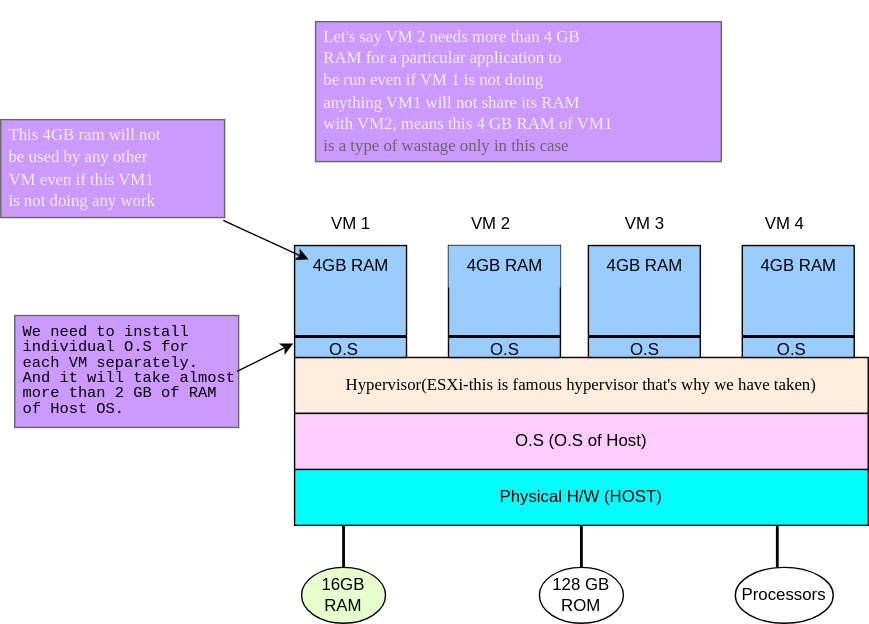
Above: diagrams/Hardware_level_Virtualization.drawio.svg in pathakch/Docker (draw.io), before the change. Source tidied: cells renumbered, new cells last; positions are measured from the earlier drawing's top-left corner, leaving out a move shared by most shapes. Its diagram source:
```xml
<mxGraphModel>
  <root>
    <mxCell id="0" />
    <mxCell id="1" parent="0" />
    <mxCell id="2" value="Physical H/W (HOST)" style="rounded=0;whiteSpace=wrap;html=1;fillColor=#00FFFF;" parent="1" vertex="1">
      <mxGeometry x="210" y="320" width="410" height="40" as="geometry" />
    </mxCell>
    <mxCell id="3" value="Hypervisor(ESXi-this is famous hypervisor that's why we have taken)" style="rounded=0;whiteSpace=wrap;html=1;fontFamily=Lucida Console;fillColor=#FFEDDE;" parent="1" vertex="1">
      <mxGeometry x="210" y="240" width="410" height="40" as="geometry" />
    </mxCell>
    <mxCell id="4" style="whiteSpace=wrap;html=1;fillColor=#99CCFF;" parent="1" vertex="1">
      <mxGeometry x="210" y="160" width="80" height="80" as="geometry" />
    </mxCell>
    <mxCell id="5" style="whiteSpace=wrap;html=1;fillColor=#99CCFF;" parent="1" vertex="1">
      <mxGeometry x="320" y="160" width="80" height="80" as="geometry" />
    </mxCell>
    <mxCell id="6" style="whiteSpace=wrap;html=1;fillColor=#99CCFF;" parent="1" vertex="1">
      <mxGeometry x="420" y="160" width="80" height="80" as="geometry" />
    </mxCell>
    <mxCell id="7" style="whiteSpace=wrap;html=1;fillColor=#99CCFF;" parent="1" vertex="1">
      <mxGeometry x="530" y="160" width="80" height="80" as="geometry" />
    </mxCell>
    <mxCell id="8" value="O.S (O.S of Host)" style="rounded=0;whiteSpace=wrap;html=1;fillColor=#FFCCFF;" parent="1" vertex="1">
      <mxGeometry x="210" y="280" width="410" height="40" as="geometry" />
    </mxCell>
    <mxCell id="9" value="VM 3" style="text;html=1;align=center;verticalAlign=middle;strokeColor=none;fillColor=none;" parent="1" vertex="1">
      <mxGeometry x="435" y="130" width="50" height="30" as="geometry" />
    </mxCell>
    <mxCell id="10" value="VM 2" style="text;html=1;align=center;verticalAlign=middle;strokeColor=none;fillColor=none;" parent="1" vertex="1">
      <mxGeometry x="325" y="130" width="50" height="30" as="geometry" />
    </mxCell>
    <mxCell id="11" value="VM 1" style="text;html=1;align=center;verticalAlign=middle;strokeColor=none;fillColor=none;" parent="1" vertex="1">
      <mxGeometry x="225" y="130" width="50" height="30" as="geometry" />
    </mxCell>
    <mxCell id="12" value="VM 4" style="text;html=1;align=center;verticalAlign=middle;strokeColor=none;fillColor=none;" parent="1" vertex="1">
      <mxGeometry x="535" y="130" width="50" height="30" as="geometry" />
    </mxCell>
    <mxCell id="13" value="4GB RAM" style="text;html=1;align=center;verticalAlign=middle;points=[];strokeColor=none;fillColor=none;" parent="1" vertex="1">
      <mxGeometry x="210" y="160" width="80" height="30" as="geometry" />
    </mxCell>
    <mxCell id="14" value="4GB RAM" style="text;html=1;align=center;verticalAlign=middle;strokeColor=none;fillColor=#99CCFF;" parent="1" vertex="1">
      <mxGeometry x="320" y="160" width="80" height="30" as="geometry" />
    </mxCell>
    <mxCell id="15" value="4GB RAM" style="text;html=1;align=center;verticalAlign=middle;strokeColor=none;fillColor=none;" parent="1" vertex="1">
      <mxGeometry x="420" y="160" width="80" height="30" as="geometry" />
    </mxCell>
    <mxCell id="16" value="4GB RAM" style="text;html=1;align=center;verticalAlign=middle;strokeColor=none;fillColor=none;" parent="1" vertex="1">
      <mxGeometry x="530" y="160" width="80" height="30" as="geometry" />
    </mxCell>
    <mxCell id="17" value="16GB RAM" style="ellipse;whiteSpace=wrap;html=1;fillColor=#E6FFCC;" parent="1" vertex="1">
      <mxGeometry x="215" y="390" width="60" height="40" as="geometry" />
    </mxCell>
    <mxCell id="18" value="128 GB ROM" style="ellipse;whiteSpace=wrap;html=1;fillColor=#FFFFFF;" parent="1" vertex="1">
      <mxGeometry x="385" y="390" width="60" height="40" as="geometry" />
    </mxCell>
    <mxCell id="19" value="Processors" style="ellipse;whiteSpace=wrap;html=1;fillColor=#FFFFFF;" parent="1" vertex="1">
      <mxGeometry x="525" y="390" width="70" height="40" as="geometry" />
    </mxCell>
    <mxCell id="20" style="line;strokeWidth=2;html=1;" parent="1" vertex="1">
      <mxGeometry x="210" y="220" width="80" height="10" as="geometry" />
    </mxCell>
    <mxCell id="21" value="O.S" style="text;html=1;align=center;verticalAlign=middle;strokeColor=none;fillColor=none;" parent="1" vertex="1">
      <mxGeometry x="225" y="220" width="40" height="30" as="geometry" />
    </mxCell>
    <mxCell id="22" style="line;strokeWidth=2;html=1;" parent="1" vertex="1">
      <mxGeometry x="530" y="220" width="80" height="10" as="geometry" />
    </mxCell>
    <mxCell id="23" style="line;strokeWidth=2;html=1;" parent="1" vertex="1">
      <mxGeometry x="420" y="220" width="80" height="10" as="geometry" />
    </mxCell>
    <mxCell id="24" style="line;strokeWidth=2;html=1;" parent="1" vertex="1">
      <mxGeometry x="320" y="220" width="80" height="10" as="geometry" />
    </mxCell>
    <mxCell id="25" value="O.S" style="text;html=1;align=center;verticalAlign=middle;strokeColor=none;fillColor=none;" parent="1" vertex="1">
      <mxGeometry x="545" y="220" width="40" height="30" as="geometry" />
    </mxCell>
    <mxCell id="26" value="O.S" style="text;html=1;align=center;verticalAlign=middle;strokeColor=none;fillColor=none;" parent="1" vertex="1">
      <mxGeometry x="440" y="220" width="40" height="30" as="geometry" />
    </mxCell>
    <mxCell id="27" value="O.S" style="text;html=1;align=center;verticalAlign=middle;strokeColor=none;fillColor=none;" parent="1" vertex="1">
      <mxGeometry x="340" y="220" width="40" height="30" as="geometry" />
    </mxCell>
    <mxCell id="28" style="line;strokeWidth=2;direction=south;html=1;" parent="1" vertex="1">
      <mxGeometry x="240" y="360" width="10" height="30" as="geometry" />
    </mxCell>
    <mxCell id="29" style="line;strokeWidth=2;direction=south;html=1;" parent="1" vertex="1">
      <mxGeometry x="410" y="360" width="10" height="30" as="geometry" />
    </mxCell>
    <mxCell id="30" style="line;strokeWidth=2;direction=south;html=1;" parent="1" vertex="1">
      <mxGeometry x="550" y="360" width="10" height="30" as="geometry" />
    </mxCell>
    <mxCell id="31" value="&lt;div style=&quot;font-size: 11px; line-height: 100%;&quot;&gt;&lt;font style=&quot;font-size: 11px;&quot; color=&quot;#000000&quot;&gt;&lt;span style=&quot;&quot;&gt;We need to install&lt;/span&gt;&lt;br style=&quot;&quot;&gt;&lt;span style=&quot;&quot;&gt;individual O.S for&lt;/span&gt;&lt;br style=&quot;&quot;&gt;&lt;span style=&quot;&quot;&gt;each VM separately.&lt;br&gt;&lt;/span&gt;And it will take almost&amp;nbsp;&lt;br&gt;more than 2 GB of RAM&lt;br&gt;of Host OS.&lt;/font&gt;&lt;/div&gt;" style="strokeWidth=1;shadow=0;dashed=0;align=left;html=1;shape=mxgraph.mockup.text.textBox;fontColor=#666666;align=left;fontSize=17;spacingLeft=4;spacingTop=-3;strokeColor=#666666;mainText=;fontFamily=Courier New;fillColor=#CC99FF;" parent="1" vertex="1">
      <mxGeometry x="10" y="210" width="160" height="80" as="geometry" />
    </mxCell>
    <mxCell id="32" style="endArrow=classic;html=1;fontFamily=Courier New;fontSize=10;exitX=0.993;exitY=0.5;exitDx=0;exitDy=0;exitPerimeter=0;entryX=-0.012;entryY=0.875;entryDx=0;entryDy=0;entryPerimeter=0;" parent="1" edge="1" source="31" target="4">
      <mxGeometry relative="1" as="geometry" />
    </mxCell>
    <mxCell id="33" value="&lt;p style=&quot;line-height: 80%;&quot;&gt;&lt;span style=&quot;color: rgb(240, 240, 240); font-size: 12px;&quot;&gt;This 4GB ram will not &lt;br&gt;be used by any other&lt;/span&gt;&lt;br style=&quot;color: rgb(240, 240, 240); font-size: 12px;&quot;&gt;&lt;span style=&quot;color: rgb(240, 240, 240); font-size: 12px;&quot;&gt;VM even if this VM1 &lt;br&gt;is not doing any work&lt;/span&gt;&lt;/p&gt;" style="strokeWidth=1;shadow=0;dashed=0;align=left;html=1;shape=mxgraph.mockup.text.textBox;fontColor=#666666;align=left;fontSize=17;spacingLeft=4;spacingTop=-3;strokeColor=#666666;mainText=;fontFamily=Lucida Console;fillColor=#CC99FF;" parent="1" vertex="1">
      <mxGeometry y="70" width="160" height="70" as="geometry" />
    </mxCell>
    <mxCell id="34" style="endArrow=classic;html=1;fontFamily=Lucida Console;fontSize=10;exitX=0.994;exitY=1.029;exitDx=0;exitDy=0;exitPerimeter=0;entryX=0.125;entryY=0.333;entryDx=0;entryDy=0;entryPerimeter=0;" parent="1" edge="1" source="33" target="13">
      <mxGeometry relative="1" as="geometry" />
    </mxCell>
    <mxCell id="35" value="&lt;p style=&quot;line-height: 80%;&quot;&gt;&lt;span style=&quot;color: rgb(240, 240, 240); font-size: 12px; text-align: center;&quot;&gt;Let's say VM 2 needs more than 4 GB&lt;/span&gt;&lt;br style=&quot;color: rgb(240, 240, 240); font-size: 12px; text-align: center;&quot;&gt;&lt;span style=&quot;color: rgb(240, 240, 240); font-size: 12px; text-align: center;&quot;&gt;RAM for a particular&amp;nbsp;application to &lt;br&gt;be run&amp;nbsp;&lt;/span&gt;&lt;span style=&quot;color: rgb(240, 240, 240); font-size: 12px; text-align: center;&quot;&gt;even if VM 1 is not doing &lt;br&gt;anything VM1&amp;nbsp;&lt;/span&gt;&lt;span style=&quot;color: rgb(240, 240, 240); font-size: 12px; text-align: center;&quot;&gt;will not share its RAM &lt;br&gt;with VM2, means this 4 GB RAM of VM1&amp;nbsp;&lt;br&gt;&lt;/span&gt;&lt;font style=&quot;font-size: 12px;&quot;&gt;is a type of wastage only in this case&lt;/font&gt;&lt;/p&gt;" style="strokeWidth=1;shadow=0;dashed=0;align=left;html=1;shape=mxgraph.mockup.text.textBox;fontColor=#666666;align=left;fontSize=17;spacingLeft=4;spacingTop=-3;strokeColor=#666666;mainText=;fontFamily=Lucida Console;fillColor=#CC99FF;" parent="1" vertex="1">
      <mxGeometry x="225" width="290" height="100" as="geometry" />
    </mxCell>
  </root>
</mxGraphModel>
```
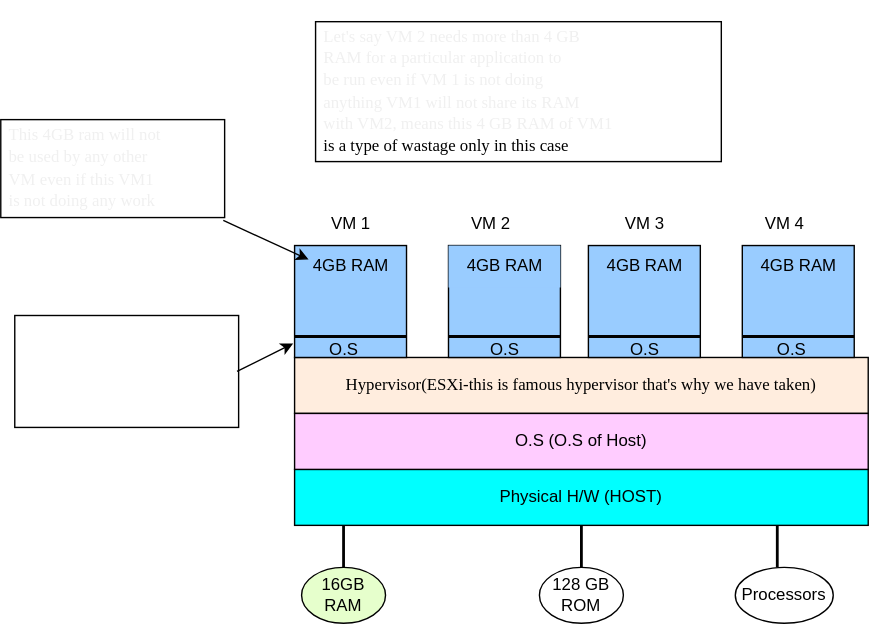
The same file after the commit.

What changed in the source:
```diff
@@ -89,19 +89,19 @@
     <mxCell id="30" style="line;strokeWidth=2;direction=south;html=1;" parent="1" vertex="1">
       <mxGeometry x="550" y="360" width="10" height="30" as="geometry" />
     </mxCell>
-    <mxCell id="31" value="&lt;div style=&quot;font-size: 11px; line-height: 100%;&quot;&gt;&lt;font style=&quot;font-size: 11px;&quot; color=&quot;#000000&quot;&gt;&lt;span style=&quot;&quot;&gt;We need to install&lt;/span&gt;&lt;br style=&quot;&quot;&gt;&lt;span style=&quot;&quot;&gt;individual O.S for&lt;/span&gt;&lt;br style=&quot;&quot;&gt;&lt;span style=&quot;&quot;&gt;each VM separately.&lt;br&gt;&lt;/span&gt;And it will take almost&amp;nbsp;&lt;br&gt;more than 2 GB of RAM&lt;br&gt;of Host OS.&lt;/font&gt;&lt;/div&gt;" style="strokeWidth=1;shadow=0;dashed=0;align=left;html=1;shape=mxgraph.mockup.text.textBox;fontColor=#666666;align=left;fontSize=17;spacingLeft=4;spacingTop=-3;strokeColor=#666666;mainText=;fontFamily=Courier New;fillColor=#CC99FF;" parent="1" vertex="1">
+    <mxCell id="31" value="&lt;div style=&quot;font-size: 11px; line-height: 100%;&quot;&gt;&lt;font color=&quot;#ffffff&quot; style=&quot;font-size: 11px;&quot;&gt;We need to install&lt;br style=&quot;&quot;&gt;individual O.S for&lt;br style=&quot;&quot;&gt;each VM separately.&lt;br&gt;And it will take almost&amp;nbsp;&lt;br&gt;more than 2 GB of RAM&lt;br&gt;of Host OS.&lt;/font&gt;&lt;/div&gt;" style="strokeWidth=1;shadow=0;dashed=0;align=left;html=1;shape=mxgraph.mockup.text.textBox;align=left;fontSize=17;spacingLeft=4;spacingTop=-3;mainText=;fontFamily=Courier New;" parent="1" vertex="1">
       <mxGeometry x="10" y="210" width="160" height="80" as="geometry" />
     </mxCell>
     <mxCell id="32" style="endArrow=classic;html=1;fontFamily=Courier New;fontSize=10;exitX=0.993;exitY=0.5;exitDx=0;exitDy=0;exitPerimeter=0;entryX=-0.012;entryY=0.875;entryDx=0;entryDy=0;entryPerimeter=0;" parent="1" edge="1" source="31" target="4">
       <mxGeometry relative="1" as="geometry" />
     </mxCell>
-    <mxCell id="33" value="&lt;p style=&quot;line-height: 80%;&quot;&gt;&lt;span style=&quot;color: rgb(240, 240, 240); font-size: 12px;&quot;&gt;This 4GB ram will not &lt;br&gt;be used by any other&lt;/span&gt;&lt;br style=&quot;color: rgb(240, 240, 240); font-size: 12px;&quot;&gt;&lt;span style=&quot;color: rgb(240, 240, 240); font-size: 12px;&quot;&gt;VM even if this VM1 &lt;br&gt;is not doing any work&lt;/span&gt;&lt;/p&gt;" style="strokeWidth=1;shadow=0;dashed=0;align=left;html=1;shape=mxgraph.mockup.text.textBox;fontColor=#666666;align=left;fontSize=17;spacingLeft=4;spacingTop=-3;strokeColor=#666666;mainText=;fontFamily=Lucida Console;fillColor=#CC99FF;" parent="1" vertex="1">
+    <mxCell id="33" value="&lt;p style=&quot;line-height: 80%;&quot;&gt;&lt;span style=&quot;color: rgb(240, 240, 240); font-size: 12px;&quot;&gt;This 4GB ram will not &lt;br&gt;be used by any other&lt;/span&gt;&lt;br style=&quot;color: rgb(240, 240, 240); font-size: 12px;&quot;&gt;&lt;span style=&quot;color: rgb(240, 240, 240); font-size: 12px;&quot;&gt;VM even if this VM1 &lt;br&gt;is not doing any work&lt;/span&gt;&lt;/p&gt;" style="strokeWidth=1;shadow=0;dashed=0;align=left;html=1;shape=mxgraph.mockup.text.textBox;align=left;fontSize=17;spacingLeft=4;spacingTop=-3;mainText=;fontFamily=Lucida Console;" parent="1" vertex="1">
       <mxGeometry y="70" width="160" height="70" as="geometry" />
     </mxCell>
     <mxCell id="34" style="endArrow=classic;html=1;fontFamily=Lucida Console;fontSize=10;exitX=0.994;exitY=1.029;exitDx=0;exitDy=0;exitPerimeter=0;entryX=0.125;entryY=0.333;entryDx=0;entryDy=0;entryPerimeter=0;" parent="1" edge="1" source="33" target="13">
       <mxGeometry relative="1" as="geometry" />
     </mxCell>
-    <mxCell id="35" value="&lt;p style=&quot;line-height: 80%;&quot;&gt;&lt;span style=&quot;color: rgb(240, 240, 240); font-size: 12px; text-align: center;&quot;&gt;Let's say VM 2 needs more than 4 GB&lt;/span&gt;&lt;br style=&quot;color: rgb(240, 240, 240); font-size: 12px; text-align: center;&quot;&gt;&lt;span style=&quot;color: rgb(240, 240, 240); font-size: 12px; text-align: center;&quot;&gt;RAM for a particular&amp;nbsp;application to &lt;br&gt;be run&amp;nbsp;&lt;/span&gt;&lt;span style=&quot;color: rgb(240, 240, 240); font-size: 12px; text-align: center;&quot;&gt;even if VM 1 is not doing &lt;br&gt;anything VM1&amp;nbsp;&lt;/span&gt;&lt;span style=&quot;color: rgb(240, 240, 240); font-size: 12px; text-align: center;&quot;&gt;will not share its RAM &lt;br&gt;with VM2, means this 4 GB RAM of VM1&amp;nbsp;&lt;br&gt;&lt;/span&gt;&lt;font style=&quot;font-size: 12px;&quot;&gt;is a type of wastage only in this case&lt;/font&gt;&lt;/p&gt;" style="strokeWidth=1;shadow=0;dashed=0;align=left;html=1;shape=mxgraph.mockup.text.textBox;fontColor=#666666;align=left;fontSize=17;spacingLeft=4;spacingTop=-3;strokeColor=#666666;mainText=;fontFamily=Lucida Console;fillColor=#CC99FF;" parent="1" vertex="1">
+    <mxCell id="35" value="&lt;p style=&quot;line-height: 80%;&quot;&gt;&lt;span style=&quot;color: rgb(240, 240, 240); font-size: 12px; text-align: center;&quot;&gt;Let's say VM 2 needs more than 4 GB&lt;/span&gt;&lt;br style=&quot;color: rgb(240, 240, 240); font-size: 12px; text-align: center;&quot;&gt;&lt;span style=&quot;color: rgb(240, 240, 240); font-size: 12px; text-align: center;&quot;&gt;RAM for a particular&amp;nbsp;application to &lt;br&gt;be run&amp;nbsp;&lt;/span&gt;&lt;span style=&quot;color: rgb(240, 240, 240); font-size: 12px; text-align: center;&quot;&gt;even if VM 1 is not doing &lt;br&gt;anything VM1&amp;nbsp;&lt;/span&gt;&lt;span style=&quot;color: rgb(240, 240, 240); font-size: 12px; text-align: center;&quot;&gt;will not share its RAM &lt;br&gt;with VM2, means this 4 GB RAM of VM1&amp;nbsp;&lt;br&gt;&lt;/span&gt;&lt;font style=&quot;font-size: 12px;&quot;&gt;is a type of wastage only in this case&lt;/font&gt;&lt;/p&gt;" style="strokeWidth=1;shadow=0;dashed=0;align=left;html=1;shape=mxgraph.mockup.text.textBox;align=left;fontSize=17;spacingLeft=4;spacingTop=-3;mainText=;fontFamily=Lucida Console;" parent="1" vertex="1">
       <mxGeometry x="225" width="290" height="100" as="geometry" />
     </mxCell>
   </root>
```
